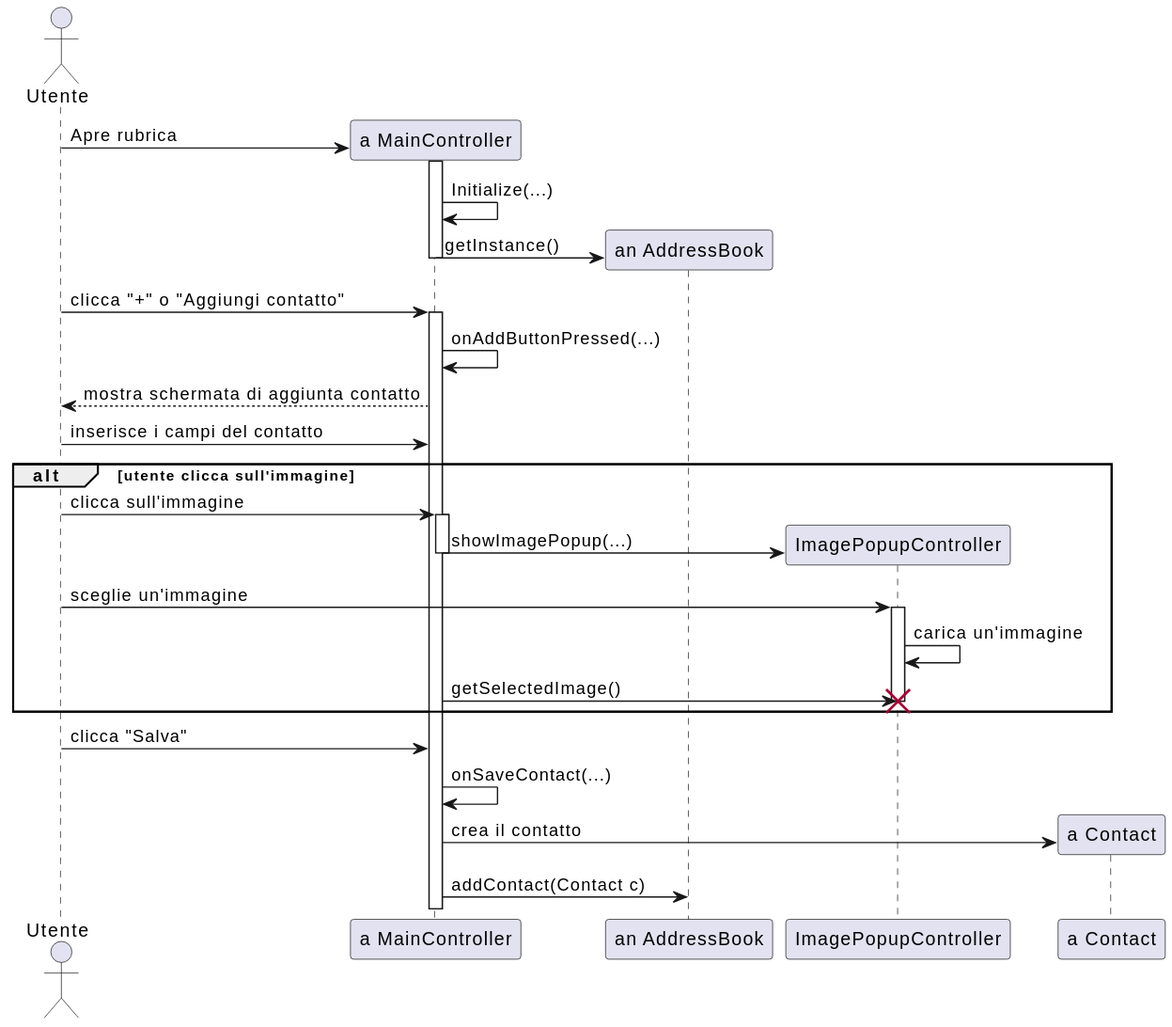
Earlier version of the PlantUML export documenti/diagrammi di sequenza/svg/diagrammaSequenzaC1AggiungereContatto.svg (savaava/ProgettoRubrica).
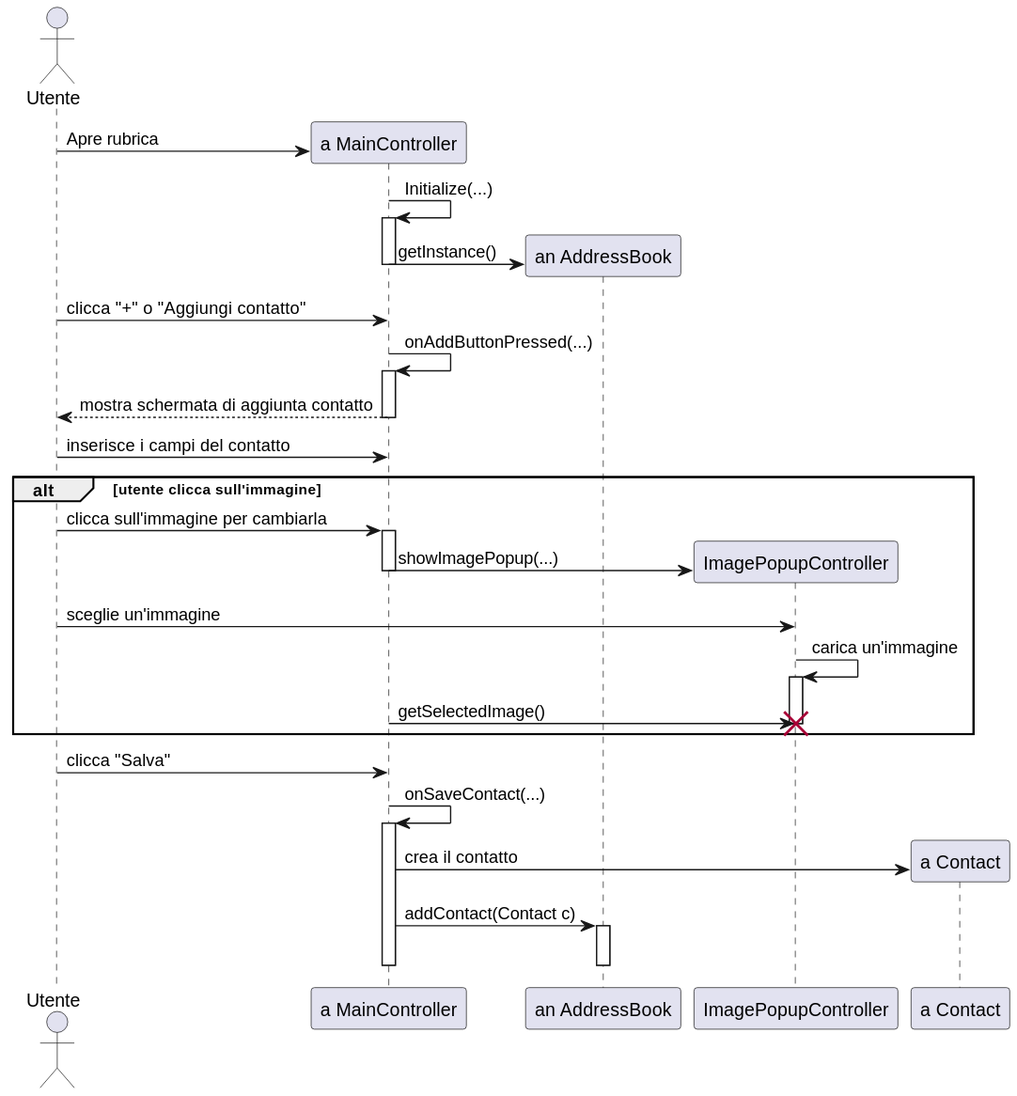
Above is the later version.

Commit message:
aggiunta svg del diagramma di seq C1

The edit, as a diff of the source:
```diff
@@ -6,31 +6,36 @@
 participant "a Contact" as c
 
 u -> mc ** : Apre rubrica
+mc -> mc : Initialize(...)
 activate mc
-mc -> mc : Initialize(...)
 mc -> ab ** : getInstance()
 deactivate mc
 
 u -> mc :  clicca "+" o "Aggiungi contatto"
+mc -> mc : onAddButtonPressed(...)
 activate mc
-mc -> mc : onAddButtonPressed(...)
 mc --> u : mostra schermata di aggiunta contatto
+deactivate mc
 u -> mc : inserisce i campi del contatto
 
 alt utente clicca sull'immagine
-u -> mc : clicca sull'immagine
+u -> mc : clicca sull'immagine per cambiarla
 activate mc
 mc -> ipc ** : showImagePopup(...)
 deactivate mc
 u -> ipc : sceglie un'immagine
+ipc -> ipc : carica un'immagine
 activate ipc
-ipc -> ipc : carica un'immagine
 mc -> ipc : getSelectedImage()
 destroy ipc
 end
 
 u -> mc : clicca "Salva"
 mc -> mc : onSaveContact(...)
+activate mc
 mc -> c ** : crea il contatto
 mc -> ab : addContact(Contact c)
+activate ab
+deactivate ab
+deactivate mc
 @enduml
```
